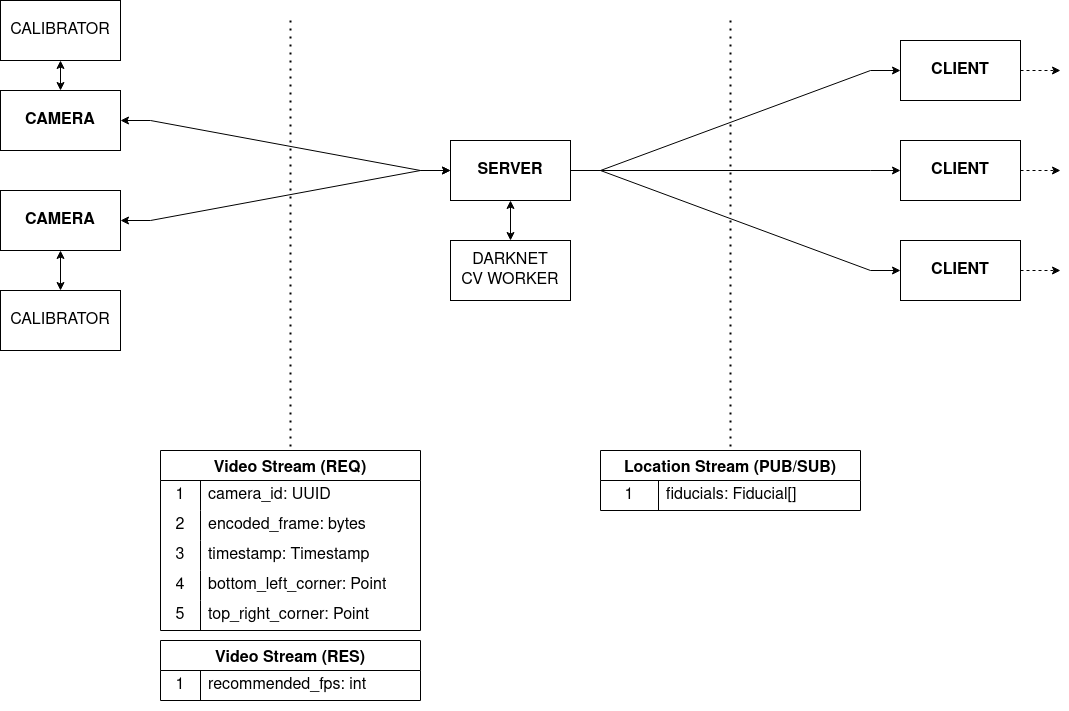
Earlier version of the draw.io export res/architecture.png (mahyarmirrashed/fiducial-tracker). Source tidied: cells renumbered, new cells last; positions are measured from the earlier drawing's top-left corner, leaving out a move shared by most shapes.
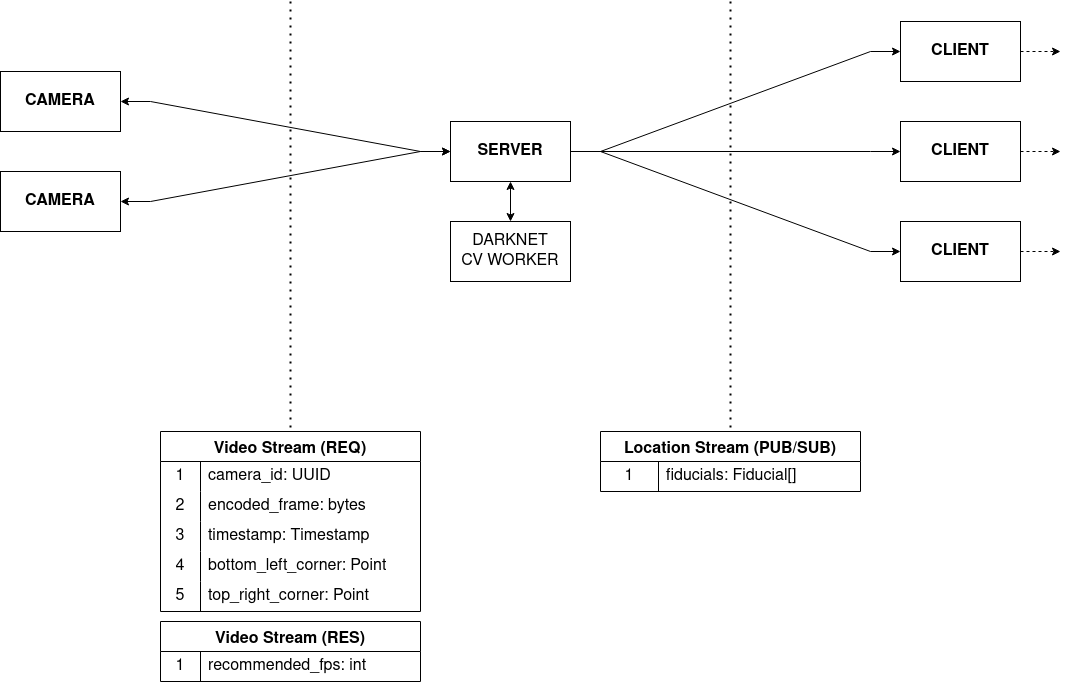
Above is the later version.

Commit message:
docs: remove calibration subsubmodule on architecture design

closes #5

What changed in the source:
```diff
@@ -38,12 +38,6 @@
     <mxCell id="13" style="endArrow=classic;html=1;rounded=0;edgeStyle=entityRelationEdgeStyle;" parent="1" edge="1" source="2" target="5">
       <mxGeometry relative="1" as="geometry" />
     </mxCell>
-    <mxCell id="14" style="endArrow=classic;startArrow=classic;html=1;rounded=0;entryX=0.5;entryY=1;entryDx=0;entryDy=0;" parent="1" edge="1" source="7" target="45">
-      <mxGeometry relative="1" as="geometry" />
-    </mxCell>
-    <mxCell id="15" style="endArrow=classic;startArrow=classic;html=1;rounded=0;exitX=0.5;exitY=0;exitDx=0;exitDy=0;" parent="1" edge="1" source="46" target="6">
-      <mxGeometry relative="1" as="geometry" />
-    </mxCell>
     <mxCell id="16" style="endArrow=classic;html=1;rounded=0;dashed=1;" parent="1" edge="1" source="4">
       <mxGeometry relative="1" as="geometry">
         <mxPoint x="1060" y="70" as="targetPoint" />
@@ -137,12 +131,6 @@
     <mxCell id="44" value="recommended_fps: int" style="shape=partialRectangle;html=1;whiteSpace=wrap;fillColor=none;top=0;left=0;bottom=0;right=0;align=left;spacingLeft=6;overflow=hidden;strokeColor=inherit;fontSize=16;" parent="42" vertex="1">
       <mxGeometry x="40" width="220" height="30" as="geometry" />
     </mxCell>
-    <mxCell id="45" value="CALIBRATOR" style="rounded=0;whiteSpace=wrap;html=1;fontSize=16;" parent="1" vertex="1">
-      <mxGeometry width="120" height="60" as="geometry" />
-    </mxCell>
-    <mxCell id="46" value="CALIBRATOR" style="rounded=0;whiteSpace=wrap;html=1;fontSize=16;" parent="1" vertex="1">
-      <mxGeometry y="290" width="120" height="60" as="geometry" />
-    </mxCell>
     <mxCell id="47" value="&lt;div&gt;DARKNET&lt;/div&gt;&lt;div&gt;CV WORKER&lt;br&gt;&lt;/div&gt;" style="rounded=0;whiteSpace=wrap;html=1;fontSize=16;" parent="1" vertex="1">
       <mxGeometry x="450" y="240" width="120" height="60" as="geometry" />
     </mxCell>
```
